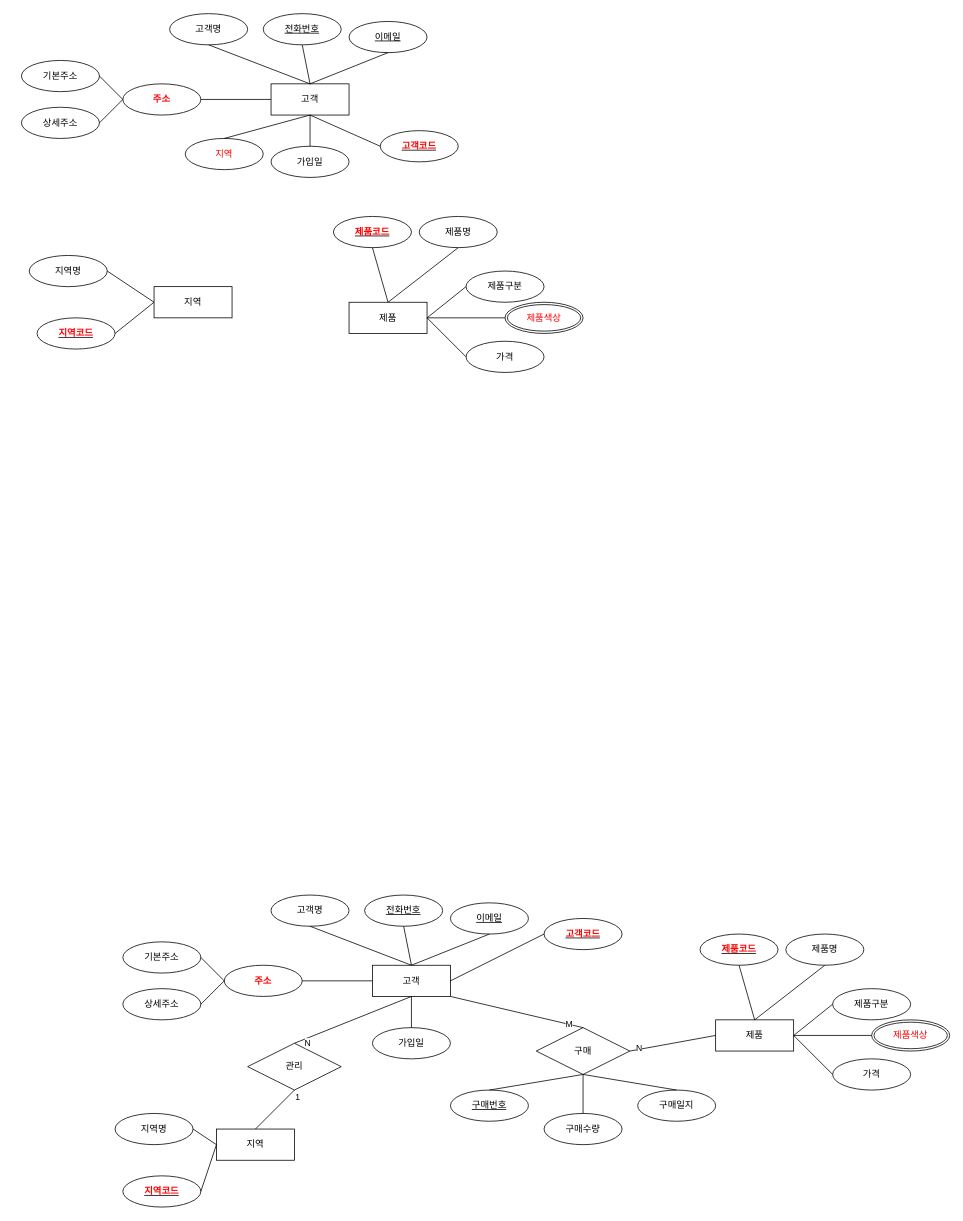
The draw.io diagram page "페이지-2" (2 of 2) of 제목 없는 다이어그램.drawio in devgreact/til-lecture-erd, before the edit. Source tidied: cells renumbered, new cells numbered last; positions are measured from the earlier drawing's top-left corner, leaving out a move shared by most shapes. Both pictures are drawn from the tidied source at 78%, with x=0, y=0 at pixel (21, 13).
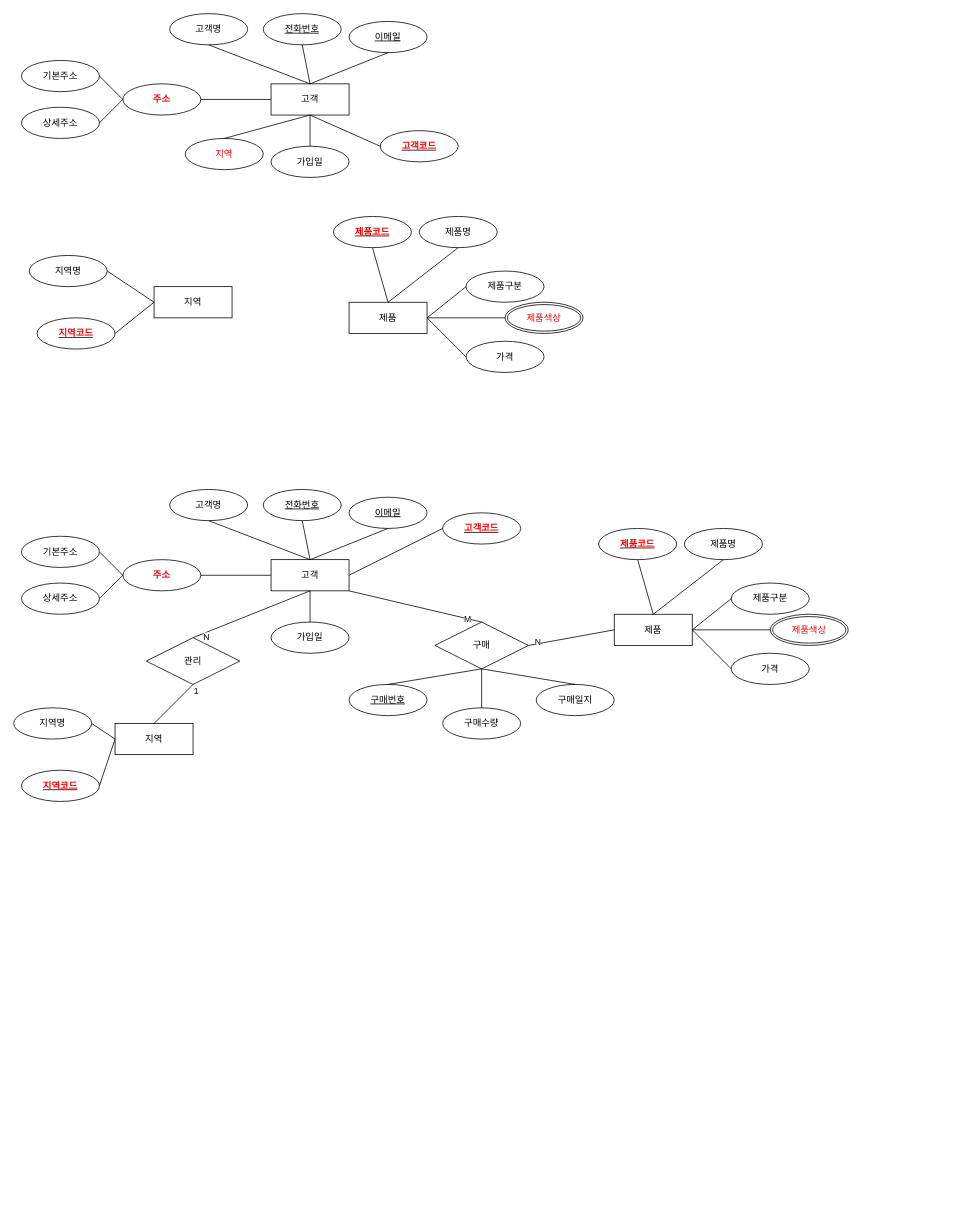
The same page after the edit.

Commit message (it also covers changes not shown here):
제목 없는 다이어그램.drawio 업데이트

Unchanged cells that the change refers to:
```xml
<mxCell id="48" value="제품" style="whiteSpace=wrap;html=1;align=center;" parent="47" vertex="1">
  <mxGeometry x="20" y="110" width="100" height="40" as="geometry" />
</mxCell>
```

What changed in the source:
```diff
@@
-    <mxCell id="2" value="구매" style="shape=rhombus;perimeter=rhombusPerimeter;whiteSpace=wrap;html=1;align=center;" parent="1" vertex="1">
-      <mxGeometry x="660" y="1300" width="120" height="60" as="geometry" />
-    </mxCell>
-    <mxCell id="3" value="구매번호" style="ellipse;whiteSpace=wrap;html=1;align=center;fontStyle=4;" parent="1" vertex="1">
-      <mxGeometry x="550" y="1380" width="100" height="40" as="geometry" />
-    </mxCell>
-    <mxCell id="4" value="구매수량" style="ellipse;whiteSpace=wrap;html=1;align=center;" parent="1" vertex="1">
-      <mxGeometry x="670" y="1410" width="100" height="40" as="geometry" />
-    </mxCell>
-    <mxCell id="5" value="구매일지" style="ellipse;whiteSpace=wrap;html=1;align=center;" parent="1" vertex="1">
-      <mxGeometry x="790" y="1380" width="100" height="40" as="geometry" />
-    </mxCell>
-    <mxCell id="6" style="endArrow=none;html=1;rounded=0;exitX=0.5;exitY=0;exitDx=0;exitDy=0;entryX=0.5;entryY=1;entryDx=0;entryDy=0;" parent="1" edge="1" source="3" target="2">
-      <mxGeometry relative="1" as="geometry" />
-    </mxCell>
-    <mxCell id="7" style="endArrow=none;html=1;rounded=0;exitX=0.5;exitY=0;exitDx=0;exitDy=0;entryX=0.5;entryY=1;entryDx=0;entryDy=0;" parent="1" edge="1" source="4" target="2">
-      <mxGeometry relative="1" as="geometry" />
-    </mxCell>
-    <mxCell id="8" style="endArrow=none;html=1;rounded=0;exitX=0.5;exitY=0;exitDx=0;exitDy=0;entryX=0.5;entryY=1;entryDx=0;entryDy=0;" parent="1" edge="1" source="5" target="2">
-      <mxGeometry relative="1" as="geometry" />
-    </mxCell>
@@
+    <mxCell id="90" style="group;" parent="1" vertex="1">
+      <mxGeometry x="-10" y="610" width="1070" height="400" as="geometry" />
+    </mxCell>
+    <mxCell id="2" value="구매" style="shape=rhombus;perimeter=rhombusPerimeter;whiteSpace=wrap;html=1;align=center;" parent="90" vertex="1">
+      <mxGeometry x="540" y="170" width="120" height="60" as="geometry" />
+    </mxCell>
+    <mxCell id="3" value="구매번호" style="ellipse;whiteSpace=wrap;html=1;align=center;fontStyle=4;" parent="90" vertex="1">
+      <mxGeometry x="430" y="250" width="100" height="40" as="geometry" />
+    </mxCell>
+    <mxCell id="4" value="구매수량" style="ellipse;whiteSpace=wrap;html=1;align=center;" parent="90" vertex="1">
+      <mxGeometry x="550" y="280" width="100" height="40" as="geometry" />
+    </mxCell>
+    <mxCell id="5" value="구매일지" style="ellipse;whiteSpace=wrap;html=1;align=center;" parent="90" vertex="1">
+      <mxGeometry x="670" y="250" width="100" height="40" as="geometry" />
+    </mxCell>
+    <mxCell id="6" style="endArrow=none;html=1;rounded=0;exitX=0.5;exitY=0;exitDx=0;exitDy=0;entryX=0.5;entryY=1;entryDx=0;entryDy=0;" parent="90" edge="1" source="3" target="2">
+      <mxGeometry relative="1" as="geometry" />
+    </mxCell>
+    <mxCell id="7" style="endArrow=none;html=1;rounded=0;exitX=0.5;exitY=0;exitDx=0;exitDy=0;entryX=0.5;entryY=1;entryDx=0;entryDy=0;" parent="90" edge="1" source="4" target="2">
+      <mxGeometry relative="1" as="geometry" />
+    </mxCell>
+    <mxCell id="8" style="endArrow=none;html=1;rounded=0;exitX=0.5;exitY=0;exitDx=0;exitDy=0;entryX=0.5;entryY=1;entryDx=0;entryDy=0;" parent="90" edge="1" source="5" target="2">
+      <mxGeometry relative="1" as="geometry" />
+    </mxCell>
-    <mxCell id="47" style="group;" parent="1" vertex="1">
-      <mxGeometry x="870" y="1180" width="320" height="200" as="geometry" />
+    <mxCell id="47" style="group;" parent="90" vertex="1">
+      <mxGeometry x="750" y="50" width="320" height="200" as="geometry" />
     </mxCell>
@@
-    <mxCell id="59" value="지역" style="whiteSpace=wrap;html=1;align=center;" parent="1" vertex="1">
-      <mxGeometry x="250" y="1430" width="100" height="40" as="geometry" />
+    <mxCell id="59" value="지역" style="whiteSpace=wrap;html=1;align=center;" parent="90" vertex="1">
+      <mxGeometry x="130" y="300" width="100" height="40" as="geometry" />
     </mxCell>
-    <mxCell id="60" value="지역명" style="ellipse;whiteSpace=wrap;html=1;align=center;" parent="1" vertex="1">
-      <mxGeometry x="120" y="1410" width="100" height="40" as="geometry" />
+    <mxCell id="60" value="지역명" style="ellipse;whiteSpace=wrap;html=1;align=center;" parent="90" vertex="1">
+      <mxGeometry y="280" width="100" height="40" as="geometry" />
     </mxCell>
-    <mxCell id="61" value="&lt;font style=&quot;color: rgb(255, 0, 0);&quot;&gt;&lt;b&gt;지역코드&lt;/b&gt;&lt;/font&gt;" style="ellipse;whiteSpace=wrap;html=1;align=center;fontStyle=4;" parent="1" vertex="1">
-      <mxGeometry x="130" y="1490" width="100" height="40" as="geometry" />
+    <mxCell id="61" value="&lt;font style=&quot;color: rgb(255, 0, 0);&quot;&gt;&lt;b&gt;지역코드&lt;/b&gt;&lt;/font&gt;" style="ellipse;whiteSpace=wrap;html=1;align=center;fontStyle=4;" parent="90" vertex="1">
+      <mxGeometry x="10" y="360" width="100" height="40" as="geometry" />
     </mxCell>
-    <mxCell id="62" style="endArrow=none;html=1;rounded=0;exitX=1;exitY=0.5;exitDx=0;exitDy=0;entryX=0;entryY=0.5;entryDx=0;entryDy=0;" parent="1" edge="1" source="60" target="59">
+    <mxCell id="62" style="endArrow=none;html=1;rounded=0;exitX=1;exitY=0.5;exitDx=0;exitDy=0;entryX=0;entryY=0.5;entryDx=0;entryDy=0;" parent="90" edge="1" source="60" target="59">
       <mxGeometry relative="1" as="geometry" />
     </mxCell>
-    <mxCell id="63" style="endArrow=none;html=1;rounded=0;exitX=1;exitY=0.5;exitDx=0;exitDy=0;entryX=0;entryY=0.5;entryDx=0;entryDy=0;" parent="1" edge="1" source="61" target="59">
+    <mxCell id="63" style="endArrow=none;html=1;rounded=0;exitX=1;exitY=0.5;exitDx=0;exitDy=0;entryX=0;entryY=0.5;entryDx=0;entryDy=0;" parent="90" edge="1" source="61" target="59">
       <mxGeometry relative="1" as="geometry" />
     </mxCell>
-    <mxCell id="64" value="관리" style="shape=rhombus;perimeter=rhombusPerimeter;whiteSpace=wrap;html=1;align=center;" parent="1" vertex="1">
-      <mxGeometry x="290" y="1320" width="120" height="60" as="geometry" />
+    <mxCell id="64" value="관리" style="shape=rhombus;perimeter=rhombusPerimeter;whiteSpace=wrap;html=1;align=center;" parent="90" vertex="1">
+      <mxGeometry x="170" y="190" width="120" height="60" as="geometry" />
     </mxCell>
-    <mxCell id="65" value="고객" style="whiteSpace=wrap;html=1;align=center;" parent="1" vertex="1">
-      <mxGeometry x="450" y="1220" width="100" height="40" as="geometry" />
+    <mxCell id="65" value="고객" style="whiteSpace=wrap;html=1;align=center;" parent="90" vertex="1">
+      <mxGeometry x="330" y="90" width="100" height="40" as="geometry" />
     </mxCell>
-    <mxCell id="66" value="전화번호" style="ellipse;whiteSpace=wrap;html=1;align=center;fontStyle=4;" parent="1" vertex="1">
-      <mxGeometry x="440" y="1130" width="100" height="40" as="geometry" />
+    <mxCell id="66" value="전화번호" style="ellipse;whiteSpace=wrap;html=1;align=center;fontStyle=4;" parent="90" vertex="1">
+      <mxGeometry x="320" width="100" height="40" as="geometry" />
     </mxCell>
-    <mxCell id="67" value="이메일" style="ellipse;whiteSpace=wrap;html=1;align=center;fontStyle=4;" parent="1" vertex="1">
-      <mxGeometry x="550" y="1140" width="100" height="40" as="geometry" />
+    <mxCell id="67" value="이메일" style="ellipse;whiteSpace=wrap;html=1;align=center;fontStyle=4;" parent="90" vertex="1">
+      <mxGeometry x="430" y="10" width="100" height="40" as="geometry" />
     </mxCell>
-    <mxCell id="68" value="&lt;font style=&quot;color: rgb(255, 0, 0);&quot;&gt;&lt;b&gt;고객코드&lt;/b&gt;&lt;/font&gt;" style="ellipse;whiteSpace=wrap;html=1;align=center;fontStyle=4;" parent="1" vertex="1">
-      <mxGeometry x="670" y="1160" width="100" height="40" as="geometry" />
+    <mxCell id="68" value="&lt;font style=&quot;color: rgb(255, 0, 0);&quot;&gt;&lt;b&gt;고객코드&lt;/b&gt;&lt;/font&gt;" style="ellipse;whiteSpace=wrap;html=1;align=center;fontStyle=4;" parent="90" vertex="1">
+      <mxGeometry x="550" y="30" width="100" height="40" as="geometry" />
     </mxCell>
-    <mxCell id="69" style="endArrow=none;html=1;rounded=0;entryX=0.5;entryY=1;entryDx=0;entryDy=0;exitX=0.5;exitY=0;exitDx=0;exitDy=0;" parent="1" edge="1" source="65" target="66">
+    <mxCell id="69" style="endArrow=none;html=1;rounded=0;entryX=0.5;entryY=1;entryDx=0;entryDy=0;exitX=0.5;exitY=0;exitDx=0;exitDy=0;" parent="90" edge="1" source="65" target="66">
       <mxGeometry relative="1" as="geometry" />
     </mxCell>
-    <mxCell id="70" style="endArrow=none;html=1;rounded=0;entryX=0.5;entryY=1;entryDx=0;entryDy=0;exitX=0.5;exitY=0;exitDx=0;exitDy=0;" parent="1" edge="1" source="65" target="67">
+    <mxCell id="70" style="endArrow=none;html=1;rounded=0;entryX=0.5;entryY=1;entryDx=0;entryDy=0;exitX=0.5;exitY=0;exitDx=0;exitDy=0;" parent="90" edge="1" source="65" target="67">
       <mxGeometry relative="1" as="geometry" />
     </mxCell>
-    <mxCell id="71" style="endArrow=none;html=1;rounded=0;entryX=0;entryY=0.5;entryDx=0;entryDy=0;exitX=1;exitY=0.5;exitDx=0;exitDy=0;" parent="1" edge="1" source="65" target="68">
+    <mxCell id="71" style="endArrow=none;html=1;rounded=0;entryX=0;entryY=0.5;entryDx=0;entryDy=0;exitX=1;exitY=0.5;exitDx=0;exitDy=0;" parent="90" edge="1" source="65" target="68">
       <mxGeometry relative="1" as="geometry" />
     </mxCell>
-    <mxCell id="72" value="&lt;b&gt;&lt;font style=&quot;color: rgb(255, 0, 0);&quot;&gt;주소&lt;/font&gt;&lt;/b&gt;" style="ellipse;whiteSpace=wrap;html=1;align=center;" parent="1" vertex="1">
-      <mxGeometry x="260" y="1220" width="100" height="40" as="geometry" />
+    <mxCell id="72" value="&lt;b&gt;&lt;font style=&quot;color: rgb(255, 0, 0);&quot;&gt;주소&lt;/font&gt;&lt;/b&gt;" style="ellipse;whiteSpace=wrap;html=1;align=center;" parent="90" vertex="1">
+      <mxGeometry x="140" y="90" width="100" height="40" as="geometry" />
     </mxCell>
-    <mxCell id="73" value="기본주소" style="ellipse;whiteSpace=wrap;html=1;align=center;" parent="1" vertex="1">
-      <mxGeometry x="130" y="1190" width="100" height="40" as="geometry" />
+    <mxCell id="73" value="기본주소" style="ellipse;whiteSpace=wrap;html=1;align=center;" parent="90" vertex="1">
+      <mxGeometry x="10" y="60" width="100" height="40" as="geometry" />
     </mxCell>
-    <mxCell id="74" value="상세주소" style="ellipse;whiteSpace=wrap;html=1;align=center;" parent="1" vertex="1">
-      <mxGeometry x="130" y="1250" width="100" height="40" as="geometry" />
+    <mxCell id="74" value="상세주소" style="ellipse;whiteSpace=wrap;html=1;align=center;" parent="90" vertex="1">
+      <mxGeometry x="10" y="120" width="100" height="40" as="geometry" />
     </mxCell>
-    <mxCell id="75" style="endArrow=none;html=1;rounded=0;exitX=1;exitY=0.5;exitDx=0;exitDy=0;entryX=0;entryY=0.5;entryDx=0;entryDy=0;" parent="1" edge="1" source="72" target="65">
+    <mxCell id="75" style="endArrow=none;html=1;rounded=0;exitX=1;exitY=0.5;exitDx=0;exitDy=0;entryX=0;entryY=0.5;entryDx=0;entryDy=0;" parent="90" edge="1" source="72" target="65">
       <mxGeometry relative="1" as="geometry" />
     </mxCell>
-    <mxCell id="76" style="endArrow=none;html=1;rounded=0;exitX=1;exitY=0.5;exitDx=0;exitDy=0;entryX=0;entryY=0.5;entryDx=0;entryDy=0;" parent="1" edge="1" source="73" target="72">
+    <mxCell id="76" style="endArrow=none;html=1;rounded=0;exitX=1;exitY=0.5;exitDx=0;exitDy=0;entryX=0;entryY=0.5;entryDx=0;entryDy=0;" parent="90" edge="1" source="73" target="72">
       <mxGeometry relative="1" as="geometry" />
     </mxCell>
-    <mxCell id="77" style="endArrow=none;html=1;rounded=0;exitX=1;exitY=0.5;exitDx=0;exitDy=0;" parent="1" edge="1" source="74">
+    <mxCell id="77" style="endArrow=none;html=1;rounded=0;exitX=1;exitY=0.5;exitDx=0;exitDy=0;" parent="90" edge="1" source="74">
       <mxGeometry relative="1" as="geometry">
-        <mxPoint x="260" y="1240" as="targetPoint" />
+        <mxPoint x="140" y="110" as="targetPoint" />
       </mxGeometry>
     </mxCell>
-    <mxCell id="78" value="고객명" style="ellipse;whiteSpace=wrap;html=1;align=center;" parent="1" vertex="1">
-      <mxGeometry x="320" y="1130" width="100" height="40" as="geometry" />
+    <mxCell id="78" value="고객명" style="ellipse;whiteSpace=wrap;html=1;align=center;" parent="90" vertex="1">
+      <mxGeometry x="200" width="100" height="40" as="geometry" />
     </mxCell>
-    <mxCell id="79" style="endArrow=none;html=1;rounded=0;exitX=0.5;exitY=1;exitDx=0;exitDy=0;entryX=0.5;entryY=0;entryDx=0;entryDy=0;" parent="1" edge="1" source="78" target="65">
+    <mxCell id="79" style="endArrow=none;html=1;rounded=0;exitX=0.5;exitY=1;exitDx=0;exitDy=0;entryX=0.5;entryY=0;entryDx=0;entryDy=0;" parent="90" edge="1" source="78" target="65">
       <mxGeometry relative="1" as="geometry" />
     </mxCell>
-    <mxCell id="80" value="가입일" style="ellipse;whiteSpace=wrap;html=1;align=center;" parent="1" vertex="1">
-      <mxGeometry x="450" y="1300" width="100" height="40" as="geometry" />
+    <mxCell id="80" value="가입일" style="ellipse;whiteSpace=wrap;html=1;align=center;" parent="90" vertex="1">
+      <mxGeometry x="330" y="170" width="100" height="40" as="geometry" />
     </mxCell>
-    <mxCell id="81" style="endArrow=none;html=1;rounded=0;exitX=0.5;exitY=1;exitDx=0;exitDy=0;entryX=0.5;entryY=0;entryDx=0;entryDy=0;" parent="1" edge="1" source="65" target="80">
+    <mxCell id="81" style="endArrow=none;html=1;rounded=0;exitX=0.5;exitY=1;exitDx=0;exitDy=0;entryX=0.5;entryY=0;entryDx=0;entryDy=0;" parent="90" edge="1" source="65" target="80">
       <mxGeometry relative="1" as="geometry" />
     </mxCell>
-    <mxCell id="82" style="endArrow=none;html=1;rounded=0;entryX=0.5;entryY=0;entryDx=0;entryDy=0;exitX=0.5;exitY=1;exitDx=0;exitDy=0;" parent="1" edge="1" source="65" target="64">
+    <mxCell id="82" style="endArrow=none;html=1;rounded=0;entryX=0.5;entryY=0;entryDx=0;entryDy=0;exitX=0.5;exitY=1;exitDx=0;exitDy=0;" parent="90" edge="1" source="65" target="64">
       <mxGeometry relative="1" as="geometry" />
     </mxCell>
@@
-    <mxCell id="84" style="endArrow=none;html=1;rounded=0;entryX=0.5;entryY=0;entryDx=0;entryDy=0;exitX=0.5;exitY=1;exitDx=0;exitDy=0;" parent="1" edge="1" source="64" target="59">
+    <mxCell id="84" style="endArrow=none;html=1;rounded=0;entryX=0.5;entryY=0;entryDx=0;entryDy=0;exitX=0.5;exitY=1;exitDx=0;exitDy=0;" parent="90" edge="1" source="64" target="59">
       <mxGeometry relative="1" as="geometry" />
     </mxCell>
@@
-    <mxCell id="86" style="endArrow=none;html=1;rounded=0;entryX=1;entryY=1;entryDx=0;entryDy=0;exitX=0.5;exitY=0;exitDx=0;exitDy=0;" parent="1" edge="1" source="2" target="65">
+    <mxCell id="86" style="endArrow=none;html=1;rounded=0;entryX=1;entryY=1;entryDx=0;entryDy=0;exitX=0.5;exitY=0;exitDx=0;exitDy=0;" parent="90" edge="1" source="2" target="65">
       <mxGeometry relative="1" as="geometry" />
     </mxCell>
@@
-    <mxCell id="88" style="endArrow=none;html=1;rounded=0;exitX=0;exitY=0.5;exitDx=0;exitDy=0;entryX=1;entryY=0.5;entryDx=0;entryDy=0;" parent="1" edge="1" source="48" target="2">
+    <mxCell id="88" style="endArrow=none;html=1;rounded=0;exitX=0;exitY=0.5;exitDx=0;exitDy=0;entryX=1;entryY=0.5;entryDx=0;entryDy=0;" parent="90" edge="1" source="48" target="2">
       <mxGeometry relative="1" as="geometry" />
     </mxCell>
```
